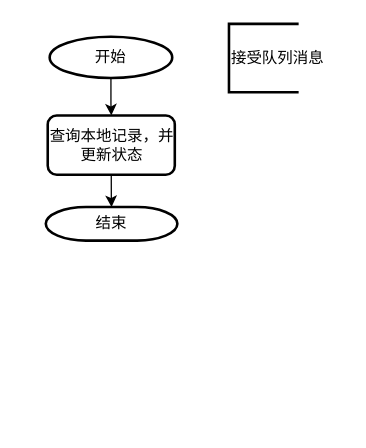
Above: page "等待通知" (2 of 3) of 报备.drawio in fengyong7723131/work (draw.io), before the change. Source tidied: cells renumbered, new cells numbered last; positions are measured from the earlier drawing's top-left corner, leaving out a move shared by most shapes. Both pictures are drawn from the tidied source at 129%, with x=0, y=0 at pixel (45, 23).
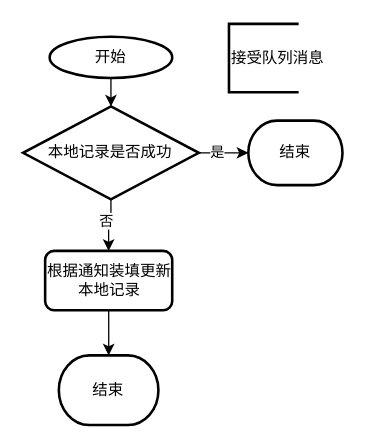
After the change.

Change to the diagram source:
```diff
@@
 <mxGraphModel>
   <root>
     <mxCell id="0" />
     <mxCell id="1" parent="0" />
-    <mxCell id="2" style="edgeStyle=orthogonalEdgeStyle;rounded=0;jettySize=auto;html=1;exitX=0.5;exitY=1;exitDx=0;exitDy=0;exitPerimeter=0;" parent="1" edge="1" source="3" target="6">
-      <mxGeometry relative="1" as="geometry" />
-    </mxCell>
+    <mxCell id="8" style="edgeStyle=orthogonalEdgeStyle;rounded=0;jettySize=auto;html=1;exitX=0.5;exitY=1;exitDx=0;exitDy=0;exitPerimeter=0;" parent="1" edge="1" source="3" target="13">
+      <mxGeometry relative="1" as="geometry" />
+    </mxCell>
     <mxCell id="3" value="开始" style="strokeWidth=2;html=1;shape=mxgraph.flowchart.start_1;whiteSpace=wrap;" parent="1" vertex="1">
       <mxGeometry x="3" y="10" width="95" height="32" as="geometry" />
     </mxCell>
     <mxCell id="4" value="接受队列消息" style="strokeWidth=2;html=1;shape=mxgraph.flowchart.annotation_1;align=left;" parent="1" vertex="1">
       <mxGeometry x="142" width="54" height="53" as="geometry" />
     </mxCell>
     <mxCell id="5" style="edgeStyle=orthogonalEdgeStyle;rounded=0;jettySize=auto;html=1;exitX=0.5;exitY=1;exitDx=0;exitDy=0;" parent="1" edge="1" source="6" target="7">
       <mxGeometry relative="1" as="geometry" />
     </mxCell>
-    <mxCell id="6" value="查询本地记录，并更新状态" style="rounded=1;whiteSpace=wrap;html=1;absoluteArcSize=1;arcSize=14;strokeWidth=2;" parent="1" vertex="1">
-      <mxGeometry x="1.5" y="71" width="98.5" height="46" as="geometry" />
+    <mxCell id="6" value="根据通知装填更新本地记录" style="rounded=1;whiteSpace=wrap;html=1;absoluteArcSize=1;arcSize=14;strokeWidth=2;" parent="1" vertex="1">
+      <mxGeometry x="-0.5" y="176" width="98.5" height="46" as="geometry" />
     </mxCell>
     <mxCell id="7" value="结束" style="strokeWidth=2;html=1;shape=mxgraph.flowchart.terminator;whiteSpace=wrap;" parent="1" vertex="1">
-      <mxGeometry y="142" width="102" height="26" as="geometry" />
+      <mxGeometry x="10.1" y="257" width="77.2" height="54" as="geometry" />
     </mxCell>
+    <mxCell id="9" style="edgeStyle=orthogonalEdgeStyle;rounded=0;jettySize=auto;html=1;exitX=1;exitY=0.5;exitDx=0;exitDy=0;exitPerimeter=0;" parent="1" edge="1" source="13" target="14">
+      <mxGeometry relative="1" as="geometry" />
+    </mxCell>
+    <mxCell id="10" value="是" style="edgeLabel;html=1;align=center;verticalAlign=middle;" parent="9" vertex="1">
+      <mxGeometry x="-0.31" y="1" relative="1" as="geometry" />
+    </mxCell>
+    <mxCell id="11" style="edgeStyle=orthogonalEdgeStyle;rounded=0;jettySize=auto;html=1;exitX=0.5;exitY=1;exitDx=0;exitDy=0;exitPerimeter=0;" parent="1" edge="1" source="13" target="6">
+      <mxGeometry relative="1" as="geometry" />
+    </mxCell>
+    <mxCell id="12" value="否" style="edgeLabel;html=1;align=center;verticalAlign=middle;" parent="11" vertex="1">
+      <mxGeometry x="-0.25" y="-4" relative="1" as="geometry" />
+    </mxCell>
+    <mxCell id="13" value="&lt;span&gt;本地记录是否成功&lt;/span&gt;" style="strokeWidth=2;html=1;shape=mxgraph.flowchart.decision;whiteSpace=wrap;" parent="1" vertex="1">
+      <mxGeometry x="-17.6" y="64" width="136.2" height="72" as="geometry" />
+    </mxCell>
+    <mxCell id="14" value="结束" style="strokeWidth=2;html=1;shape=mxgraph.flowchart.terminator;whiteSpace=wrap;" parent="1" vertex="1">
+      <mxGeometry x="157" y="75" width="73" height="50" as="geometry" />
+    </mxCell>
   </root>
 </mxGraphModel>
```
